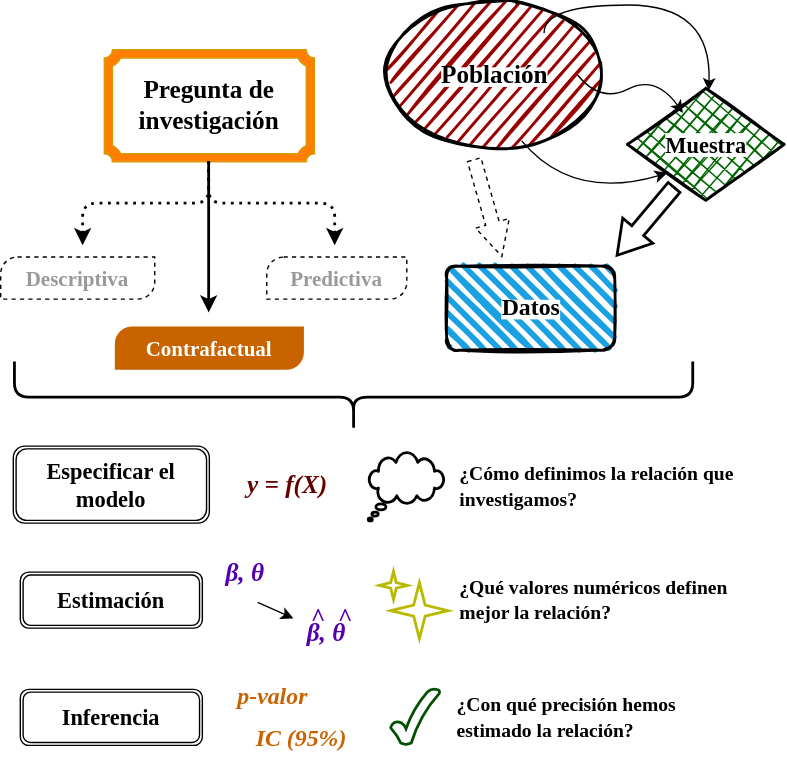
This is figuras/diagrama-proceso-econometrico.svg from PauOrive/econometria_con_r, a draw.io export, as it was before one commit. Source tidied: cells renumbered, new cells last; positions are measured from the earlier drawing's top-left corner, leaving out a move shared by most shapes.
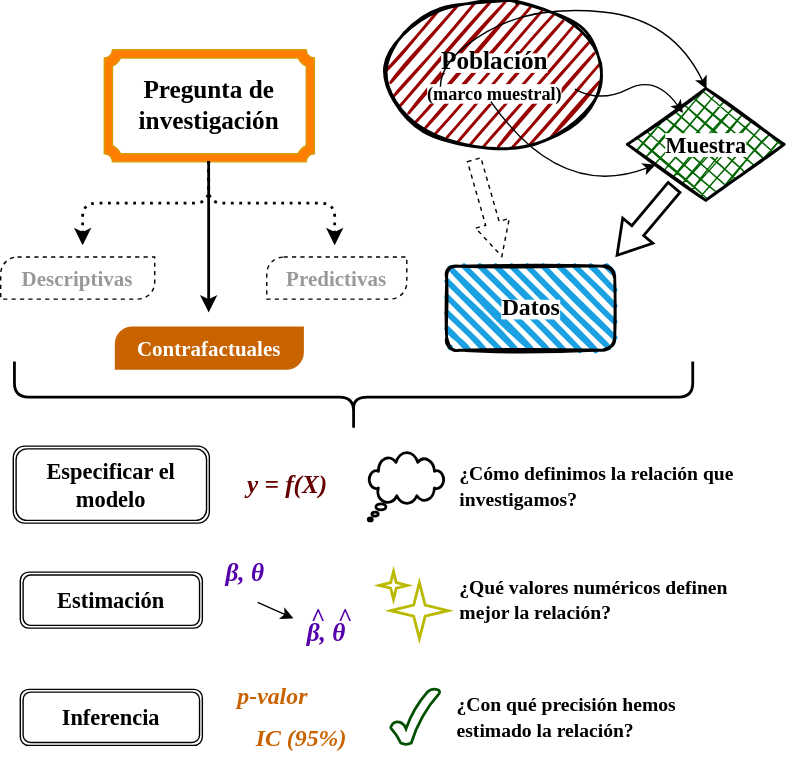
The same diagram one commit later.

Commit message:
actualizo figuras proceso econometrico añadiendo marco muestral

Change to the diagram source:
```diff
@@ -2,7 +2,7 @@
   <root>
     <mxCell id="0" />
     <mxCell id="1" parent="0" />
-    <mxCell id="2" value="&lt;span style=&quot;background-color: light-dark(#ffffff, var(--ge-dark-color, #121212));&quot;&gt;&lt;font style=&quot;font-size: 18px;&quot; face=&quot;Georgia&quot;&gt;&lt;b style=&quot;line-height: 150%;&quot;&gt;Población&lt;/b&gt;&lt;/font&gt;&lt;/span&gt;" style="ellipse;whiteSpace=wrap;html=1;strokeWidth=2;fillWeight=2;hachureGap=8;fillColor=#990000;fillStyle=dots;sketch=1;" parent="1" vertex="1">
+    <mxCell id="2" value="&lt;span style=&quot;background-color: light-dark(#ffffff, var(--ge-dark-color, #121212));&quot;&gt;&lt;font style=&quot;font-size: 18px;&quot; face=&quot;Georgia&quot;&gt;&lt;b style=&quot;line-height: 150%;&quot;&gt;Población&lt;/b&gt;&lt;/font&gt;&lt;/span&gt;&lt;div&gt;&lt;span style=&quot;background-color: light-dark(#ffffff, var(--ge-dark-color, #121212));&quot;&gt;&lt;font face=&quot;Georgia&quot; style=&quot;font-size: 13px;&quot;&gt;&lt;b style=&quot;line-height: 150%;&quot;&gt;(marco muestral)&lt;/b&gt;&lt;/font&gt;&lt;/span&gt;&lt;/div&gt;" style="ellipse;whiteSpace=wrap;html=1;strokeWidth=2;fillWeight=2;hachureGap=8;fillColor=#990000;fillStyle=dots;sketch=1;" parent="1" vertex="1">
       <mxGeometry x="278" y="-0.5" width="150" height="105" as="geometry" />
     </mxCell>
     <mxCell id="3" value="&lt;font style=&quot;font-size: 16px;&quot; face=&quot;Georgia&quot;&gt;&lt;b style=&quot;background-color: light-dark(#ffffff, var(--ge-dark-color, #121212)); line-height: 100%;&quot;&gt;Muestra&lt;/b&gt;&lt;/font&gt;" style="rhombus;whiteSpace=wrap;html=1;strokeWidth=2;fillWeight=-1;hachureGap=8;fillStyle=cross-hatch;fillColor=#006600;sketch=1;" parent="1" vertex="1">
@@ -14,25 +14,27 @@
     <mxCell id="5" style="shape=curlyBracket;whiteSpace=wrap;html=1;rounded=1;labelPosition=left;verticalLabelPosition=middle;align=right;verticalAlign=middle;rotation=-90;strokeWidth=2;" parent="1" vertex="1">
       <mxGeometry x="227" y="40.3" width="51" height="484.4" as="geometry" />
     </mxCell>
-    <mxCell id="6" style="curved=1;endArrow=classic;html=1;rounded=0;fontSize=12;" parent="1" edge="1" target="3">
+    <mxCell id="6" style="curved=1;endArrow=classic;html=1;rounded=0;fontSize=12;entryX=0.5;entryY=0;entryDx=0;entryDy=0;" parent="1" edge="1" target="3">
       <mxGeometry relative="1" as="geometry">
-        <mxPoint x="388" y="22" as="sourcePoint" />
+        <mxPoint x="314" y="60.3" as="sourcePoint" />
         <Array as="points">
-          <mxPoint x="388" y="2" />
-          <mxPoint x="508" y="2" />
+          <mxPoint x="314" y="40.3" />
+          <mxPoint x="380" y="2" />
+          <mxPoint x="480" y="12" />
         </Array>
       </mxGeometry>
     </mxCell>
-    <mxCell id="7" style="curved=1;endArrow=classic;html=1;rounded=0;fontSize=12;entryX=0;entryY=1;entryDx=0;entryDy=0;exitX=0.627;exitY=0.948;exitDx=0;exitDy=0;exitPerimeter=0;" parent="1" edge="1" source="2" target="3">
+    <mxCell id="7" style="curved=1;endArrow=classic;html=1;rounded=0;fontSize=12;exitX=0.627;exitY=0.948;exitDx=0;exitDy=0;exitPerimeter=0;" parent="1" edge="1" target="3">
       <mxGeometry relative="1" as="geometry">
+        <mxPoint x="350" y="71" as="sourcePoint" />
         <Array as="points">
-          <mxPoint x="408" y="142" />
+          <mxPoint x="400" y="142" />
         </Array>
       </mxGeometry>
     </mxCell>
     <mxCell id="8" style="curved=1;endArrow=classic;html=1;rounded=0;fontSize=12;entryX=0.35;entryY=0.214;entryDx=0;entryDy=0;entryPerimeter=0;" parent="1" edge="1" target="3">
       <mxGeometry relative="1" as="geometry">
-        <mxPoint x="412" y="52" as="sourcePoint" />
+        <mxPoint x="410" y="62" as="sourcePoint" />
         <Array as="points">
           <mxPoint x="428" y="72" />
           <mxPoint x="468" y="52" />
@@ -77,13 +79,13 @@
         </Array>
       </mxGeometry>
     </mxCell>
-    <mxCell id="16" value="&lt;font face=&quot;Georgia&quot; style=&quot;font-size: 15px;&quot;&gt;&lt;b&gt;Descriptiva&lt;/b&gt;&lt;/font&gt;" style="verticalLabelPosition=middle;verticalAlign=middle;html=1;shape=mxgraph.basic.diag_round_rect;dx=6;whiteSpace=wrap;fillColor=none;dashed=1;fontColor=#999999;" parent="1" vertex="1">
+    <mxCell id="16" value="&lt;font face=&quot;Georgia&quot; style=&quot;font-size: 15px;&quot;&gt;&lt;b&gt;Descriptivas&lt;/b&gt;&lt;/font&gt;" style="verticalLabelPosition=middle;verticalAlign=middle;html=1;shape=mxgraph.basic.diag_round_rect;dx=6;whiteSpace=wrap;fillColor=none;dashed=1;fontColor=#999999;" parent="1" vertex="1">
       <mxGeometry y="182" width="110" height="30" as="geometry" />
     </mxCell>
-    <mxCell id="17" value="&lt;font face=&quot;Georgia&quot; style=&quot;font-size: 15px;&quot;&gt;&lt;b&gt;Contrafactual&lt;/b&gt;&lt;/font&gt;" style="verticalLabelPosition=middle;verticalAlign=middle;html=1;shape=mxgraph.basic.diag_round_rect;dx=6;whiteSpace=wrap;fillColor=#C86300;strokeColor=#C86300;fillStyle=solid;gradientColor=none;fontColor=#FFFFFF;" parent="1" vertex="1">
+    <mxCell id="17" value="&lt;font face=&quot;Georgia&quot; style=&quot;font-size: 15px;&quot;&gt;&lt;b&gt;Contrafactuales&lt;/b&gt;&lt;/font&gt;" style="verticalLabelPosition=middle;verticalAlign=middle;html=1;shape=mxgraph.basic.diag_round_rect;dx=6;whiteSpace=wrap;fillColor=#C86300;strokeColor=#C86300;fillStyle=solid;gradientColor=none;fontColor=#FFFFFF;" parent="1" vertex="1">
       <mxGeometry x="82" y="232" width="134" height="30" as="geometry" />
     </mxCell>
-    <mxCell id="18" value="&lt;font face=&quot;Georgia&quot; style=&quot;font-size: 15px;&quot;&gt;&lt;b&gt;Predictiva&lt;/b&gt;&lt;/font&gt;" style="verticalLabelPosition=middle;verticalAlign=middle;html=1;shape=mxgraph.basic.diag_round_rect;dx=6;whiteSpace=wrap;fillColor=none;fontColor=#999999;dashed=1;" parent="1" vertex="1">
+    <mxCell id="18" value="&lt;font face=&quot;Georgia&quot; style=&quot;font-size: 15px;&quot;&gt;&lt;b&gt;Predictivas&lt;/b&gt;&lt;/font&gt;" style="verticalLabelPosition=middle;verticalAlign=middle;html=1;shape=mxgraph.basic.diag_round_rect;dx=6;whiteSpace=wrap;fillColor=none;fontColor=#999999;dashed=1;" parent="1" vertex="1">
       <mxGeometry x="190" y="182" width="100" height="30" as="geometry" />
     </mxCell>
     <mxCell id="19" value="&lt;span style=&quot;font-size: 16px;&quot;&gt;&lt;font face=&quot;Georgia&quot;&gt;&lt;b&gt;Especificar el modelo&lt;/b&gt;&lt;/font&gt;&lt;/span&gt;" style="shape=ext;double=1;rounded=1;whiteSpace=wrap;html=1;fillColor=none;" parent="1" vertex="1">
```
